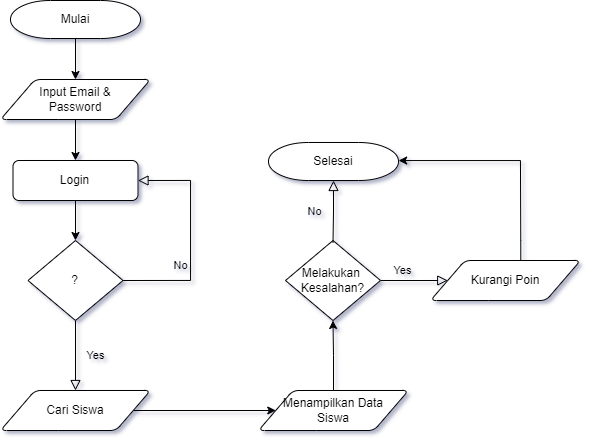
Earlier version of the draw.io export flowchart.drawio.png (sastafelishaa/sinponis). Source tidied: cells renumbered, new cells last; positions are measured from the earlier drawing's top-left corner, leaving out a move shared by most shapes. Its diagram source:
```xml
<mxGraphModel>
  <root>
    <mxCell id="0" />
    <mxCell id="1" parent="0" />
    <mxCell id="2" value="Yes" style="rounded=0;html=1;jettySize=auto;fontSize=11;endArrow=block;endFill=0;endSize=8;strokeWidth=1;shadow=0;labelBackgroundColor=none;edgeStyle=orthogonalEdgeStyle;exitX=0.5;exitY=1;exitDx=0;exitDy=0;exitPerimeter=0;entryX=0.5;entryY=0;entryDx=0;entryDy=0;" parent="1" edge="1" source="10" target="12">
      <mxGeometry y="20" relative="1" as="geometry" />
    </mxCell>
    <mxCell id="3" value="No" style="edgeStyle=orthogonalEdgeStyle;rounded=0;html=1;jettySize=auto;fontSize=11;endArrow=block;endFill=0;endSize=8;strokeWidth=1;shadow=0;labelBackgroundColor=none;exitX=1;exitY=0.5;exitDx=0;exitDy=0;exitPerimeter=0;entryX=1;entryY=0.5;entryDx=0;entryDy=0;" parent="1" edge="1" source="10" target="5">
      <mxGeometry x="-0.26" y="10" relative="1" as="geometry">
        <Array as="points">
          <mxPoint x="190" y="280" />
          <mxPoint x="190" y="180" />
        </Array>
      </mxGeometry>
    </mxCell>
    <mxCell id="4" style="edgeStyle=orthogonalEdgeStyle;rounded=0;jettySize=auto;html=1;" parent="1" edge="1" source="5" target="10">
      <mxGeometry relative="1" as="geometry" />
    </mxCell>
    <mxCell id="5" value="Login" style="rounded=1;whiteSpace=wrap;html=1;fontSize=12;glass=0;strokeWidth=1;shadow=0;" parent="1" vertex="1">
      <mxGeometry x="12.5" y="160" width="125" height="40" as="geometry" />
    </mxCell>
    <mxCell id="6" style="edgeStyle=orthogonalEdgeStyle;rounded=0;jettySize=auto;html=1;" parent="1" edge="1" source="7" target="9">
      <mxGeometry relative="1" as="geometry" />
    </mxCell>
    <mxCell id="7" value="Mulai" style="strokeWidth=1;html=1;shape=mxgraph.flowchart.terminator;whiteSpace=wrap;strokeColor=default;fillColor=default;" parent="1" vertex="1">
      <mxGeometry x="10" width="130" height="38" as="geometry" />
    </mxCell>
    <mxCell id="8" style="edgeStyle=orthogonalEdgeStyle;rounded=0;jettySize=auto;html=1;" parent="1" edge="1" source="9" target="5">
      <mxGeometry relative="1" as="geometry" />
    </mxCell>
    <mxCell id="9" value="Input Email &amp;amp;&lt;div&gt;Password&lt;/div&gt;" style="shape=parallelogram;html=1;strokeWidth=1;perimeter=parallelogramPerimeter;whiteSpace=wrap;rounded=1;arcSize=12;size=0.23;" parent="1" vertex="1">
      <mxGeometry y="79" width="150" height="40" as="geometry" />
    </mxCell>
    <mxCell id="10" value="?" style="strokeWidth=1;html=1;shape=mxgraph.flowchart.decision;whiteSpace=wrap;" parent="1" vertex="1">
      <mxGeometry x="27.5" y="240" width="95" height="80" as="geometry" />
    </mxCell>
    <mxCell id="11" style="edgeStyle=orthogonalEdgeStyle;rounded=0;jettySize=auto;html=1;" parent="1" edge="1" source="12" target="14">
      <mxGeometry relative="1" as="geometry" />
    </mxCell>
    <mxCell id="12" value="Cari Siswa" style="shape=parallelogram;html=1;strokeWidth=1;perimeter=parallelogramPerimeter;whiteSpace=wrap;rounded=1;arcSize=12;size=0.23;" parent="1" vertex="1">
      <mxGeometry y="390" width="150" height="40" as="geometry" />
    </mxCell>
    <mxCell id="13" style="edgeStyle=orthogonalEdgeStyle;rounded=0;jettySize=auto;html=1;" parent="1" edge="1" source="14" target="15">
      <mxGeometry relative="1" as="geometry" />
    </mxCell>
    <mxCell id="14" value="Menampilkan Data&lt;div&gt;Siswa&lt;/div&gt;" style="shape=parallelogram;html=1;strokeWidth=1;perimeter=parallelogramPerimeter;whiteSpace=wrap;rounded=1;arcSize=12;size=0.23;" parent="1" vertex="1">
      <mxGeometry x="258" y="390" width="150" height="40" as="geometry" />
    </mxCell>
    <mxCell id="15" value="Melakukan&amp;nbsp;&lt;div&gt;Kesalahan?&lt;/div&gt;" style="strokeWidth=1;html=1;shape=mxgraph.flowchart.decision;whiteSpace=wrap;" parent="1" vertex="1">
      <mxGeometry x="285" y="240" width="95" height="80" as="geometry" />
    </mxCell>
    <mxCell id="16" value="No" style="rounded=0;html=1;jettySize=auto;orthogonalLoop=1;fontSize=11;endArrow=block;endFill=0;endSize=8;strokeWidth=1;shadow=0;labelBackgroundColor=none;edgeStyle=orthogonalEdgeStyle;exitX=0.5;exitY=0;exitDx=0;exitDy=0;exitPerimeter=0;" parent="1" edge="1">
      <mxGeometry y="20" relative="1" as="geometry">
        <mxPoint x="332.5" y="242" as="sourcePoint" />
        <mxPoint x="333" y="180" as="targetPoint" />
      </mxGeometry>
    </mxCell>
    <mxCell id="17" value="Selesai" style="strokeWidth=1;html=1;shape=mxgraph.flowchart.terminator;whiteSpace=wrap;strokeColor=default;fillColor=default;" parent="1" vertex="1">
      <mxGeometry x="268" y="142" width="130" height="38" as="geometry" />
    </mxCell>
    <mxCell id="18" value="Yes" style="rounded=0;html=1;jettySize=auto;fontSize=11;endArrow=block;endFill=0;endSize=8;strokeWidth=1;shadow=0;labelBackgroundColor=none;edgeStyle=orthogonalEdgeStyle;exitX=1;exitY=0.5;exitDx=0;exitDy=0;exitPerimeter=0;" parent="1" edge="1" source="15" target="20">
      <mxGeometry x="-0.34" y="10" relative="1" as="geometry" />
    </mxCell>
    <mxCell id="19" style="edgeStyle=orthogonalEdgeStyle;rounded=0;jettySize=auto;html=1;entryX=0.978;entryY=0.475;entryDx=0;entryDy=0;entryPerimeter=0;exitX=0.602;exitY=0.019;exitDx=0;exitDy=0;exitPerimeter=0;" parent="1" edge="1" source="20">
      <mxGeometry relative="1" as="geometry">
        <mxPoint x="398.1" y="160.1" as="targetPoint" />
        <Array as="points">
          <mxPoint x="520" y="240" />
          <mxPoint x="520" y="160" />
        </Array>
      </mxGeometry>
    </mxCell>
    <mxCell id="20" value="Kurangi Poin" style="shape=parallelogram;html=1;strokeWidth=1;perimeter=parallelogramPerimeter;whiteSpace=wrap;rounded=1;arcSize=12;size=0.23;" parent="1" vertex="1">
      <mxGeometry x="430" y="260" width="150" height="40" as="geometry" />
    </mxCell>
  </root>
</mxGraphModel>
```
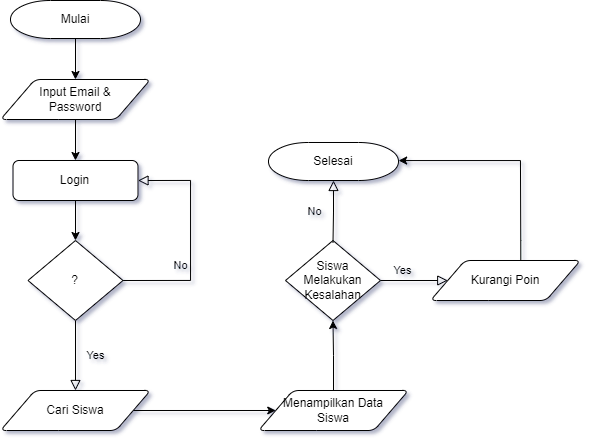
The same diagram one commit later.

Diff of the diagram source:
```diff
@@ -46,7 +46,7 @@
     <mxCell id="14" value="Menampilkan Data&lt;div&gt;Siswa&lt;/div&gt;" style="shape=parallelogram;html=1;strokeWidth=1;perimeter=parallelogramPerimeter;whiteSpace=wrap;rounded=1;arcSize=12;size=0.23;" parent="1" vertex="1">
       <mxGeometry x="258" y="390" width="150" height="40" as="geometry" />
     </mxCell>
-    <mxCell id="15" value="Melakukan&amp;nbsp;&lt;div&gt;Kesalahan?&lt;/div&gt;" style="strokeWidth=1;html=1;shape=mxgraph.flowchart.decision;whiteSpace=wrap;" parent="1" vertex="1">
+    <mxCell id="15" value="Siswa Melakukan Kesalahan" style="strokeWidth=1;html=1;shape=mxgraph.flowchart.decision;whiteSpace=wrap;" parent="1" vertex="1">
       <mxGeometry x="285" y="240" width="95" height="80" as="geometry" />
     </mxCell>
     <mxCell id="16" value="No" style="rounded=0;html=1;jettySize=auto;orthogonalLoop=1;fontSize=11;endArrow=block;endFill=0;endSize=8;strokeWidth=1;shadow=0;labelBackgroundColor=none;edgeStyle=orthogonalEdgeStyle;exitX=0.5;exitY=0;exitDx=0;exitDy=0;exitPerimeter=0;" parent="1" edge="1">
```
